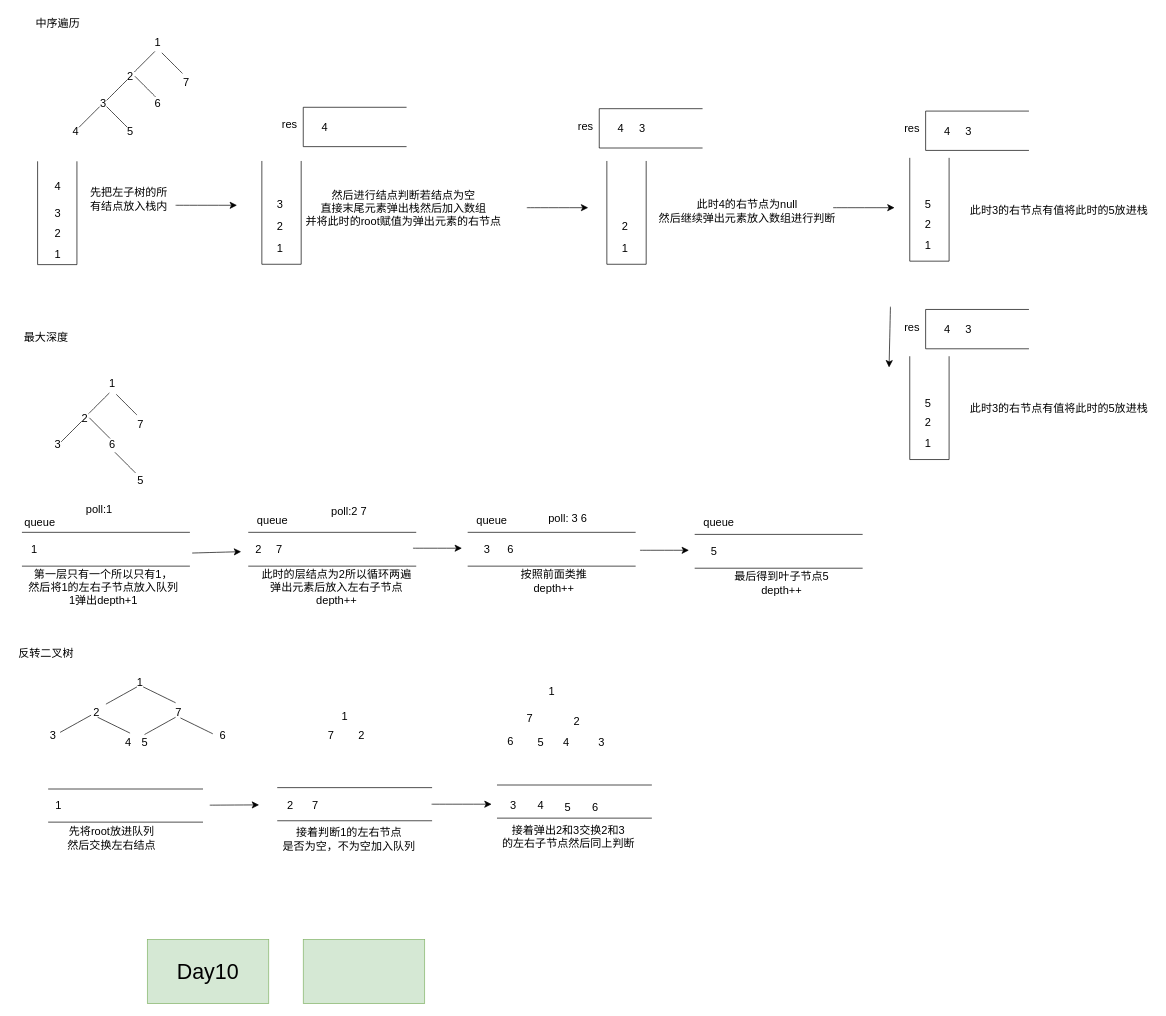
mianbaosao/drawio keeps this draw.io diagram as leetcode/leetcode.drawio. Above is the earlier version. Source tidied: cells renumbered, new cells numbered last; positions are measured from the earlier drawing's top-left corner, leaving out a move shared by most shapes. Both pictures are drawn from the tidied source at 69%, with x=0, y=0 at pixel (11, 12).
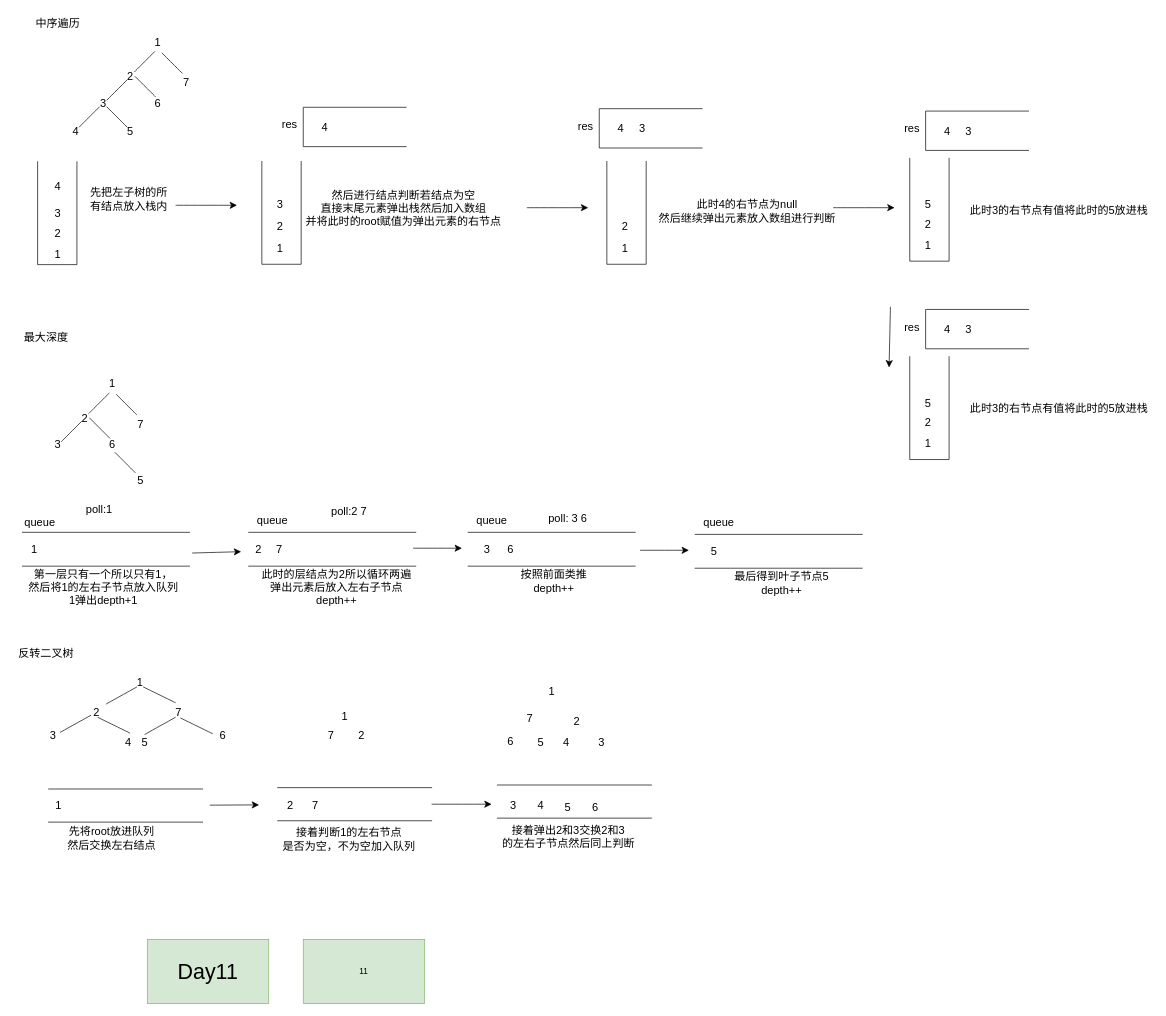
The same diagram, later.

Diff of the diagram source:
```diff
@@
-    <mxCell id="135" value="&lt;font style=&quot;font-size: 31px;&quot;&gt;Day10&lt;/font&gt;" style="rounded=0;whiteSpace=wrap;html=1;fillColor=#d5e8d4;strokeColor=#82b366;" parent="1" vertex="1">
+    <mxCell id="135" value="&lt;font style=&quot;font-size: 31px;&quot;&gt;Day11&lt;/font&gt;" style="rounded=0;whiteSpace=wrap;html=1;fillColor=#d5e8d4;strokeColor=#82b366;" parent="1" vertex="1">
       <mxGeometry x="197" y="1344" width="176" height="93" as="geometry" />
     </mxCell>
-    <mxCell id="136" style="rounded=0;whiteSpace=wrap;html=1;fillColor=#d5e8d4;strokeColor=#82b366;" parent="1" vertex="1">
+    <mxCell id="136" value="11" style="rounded=0;whiteSpace=wrap;html=1;fillColor=#d5e8d4;strokeColor=#82b366;" parent="1" vertex="1">
       <mxGeometry x="423" y="1344" width="176" height="93" as="geometry" />
     </mxCell>
```
